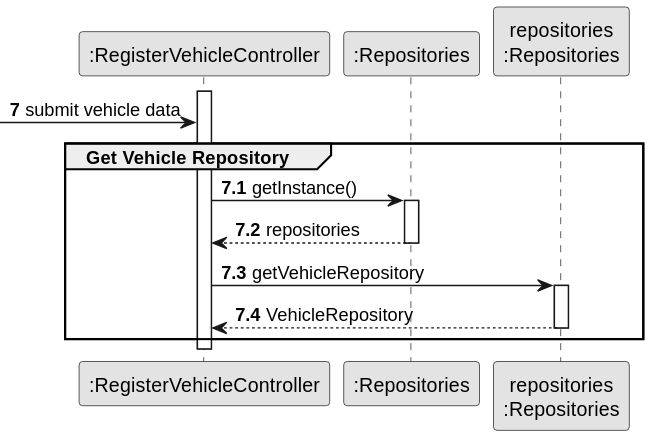
The PlantUML diagram docs/sprintB/us006/03.design/svg/us006-sequence-diagram-partial-get-vehicle-repository.svg in ricardomm7/leaflink, before a commit. Its diagram source:
```plantuml
@startuml
skinparam monochrome true
skinparam packageStyle rectangle
skinparam shadowing false

autonumber


participant ":RegisterVehicleController" as CTRL
participant ":Repositories" as RepositorySingleton
participant "repositories\n:Repositories" as PLAT
autonumber 7


activate CTRL

 -> CTRL: submit vehicle data

    group Get Vehicle Repository
    autonumber 7.1

         CTRL -> RepositorySingleton: getInstance()
                    activate RepositorySingleton

                    RepositorySingleton --> CTRL: repositories
                    deactivate RepositorySingleton

                    CTRL -> PLAT: getVehicleRepository
                    activate PLAT

                    PLAT --> CTRL: VehicleRepository
                    deactivate PLAT

    end
deactivate CTRL
@enduml
```
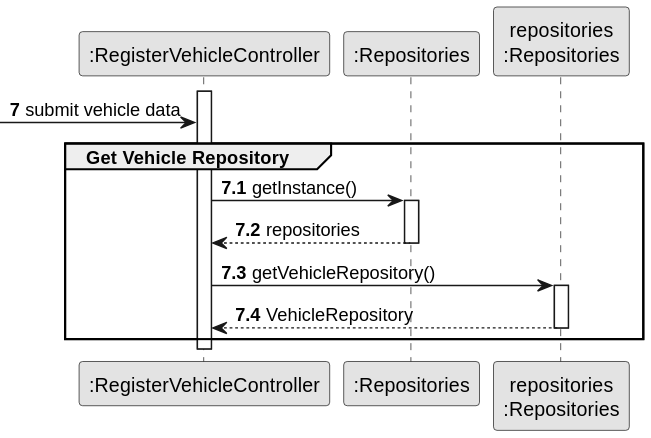
Above is the later version.

What changed in the source:
```diff
@@ -25,7 +25,7 @@
                     RepositorySingleton --> CTRL: repositories
                     deactivate RepositorySingleton
 
-                    CTRL -> PLAT: getVehicleRepository
+                    CTRL -> PLAT: getVehicleRepository()
                     activate PLAT
 
                     PLAT --> CTRL: VehicleRepository
```
